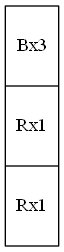
Earlier version of the Graphviz export RepFichasDisponibles.png (loumisha96/EDD_1S2020_PY1_201602935). Its source is kept beside it as RepFichasDisponibles.dot.
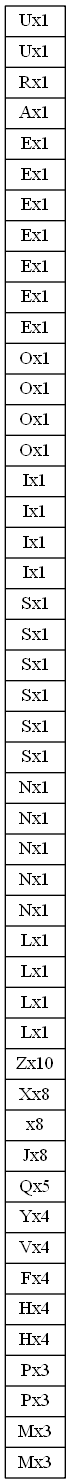
After the change.

What changed in the source:
```diff
@@ -1,4 +1,4 @@
 digraph G{
 rankdir = LR;
 node [shape= record,width=.1,height=.1];
-node0[label ="Bx3|Rx1|Rx1",height=2.5];}
+node0[label ="Ux1|Ux1|Rx1|Ax1|Ex1|Ex1|Ex1|Ex1|Ex1|Ex1|Ex1|Ox1|Ox1|Ox1|Ox1|Ix1|Ix1|Ix1|Ix1|Sx1|Sx1|Sx1|Sx1|Sx1|Sx1|Nx1|Nx1|Nx1|Nx1|Nx1|Lx1|Lx1|Lx1|Lx1|Zx10|Xx8|Ñx8|Jx8|Qx5|Yx4|Vx4|Fx4|Hx4|Hx4|Px3|Px3|Mx3|Mx3",height=2.5];}
```
